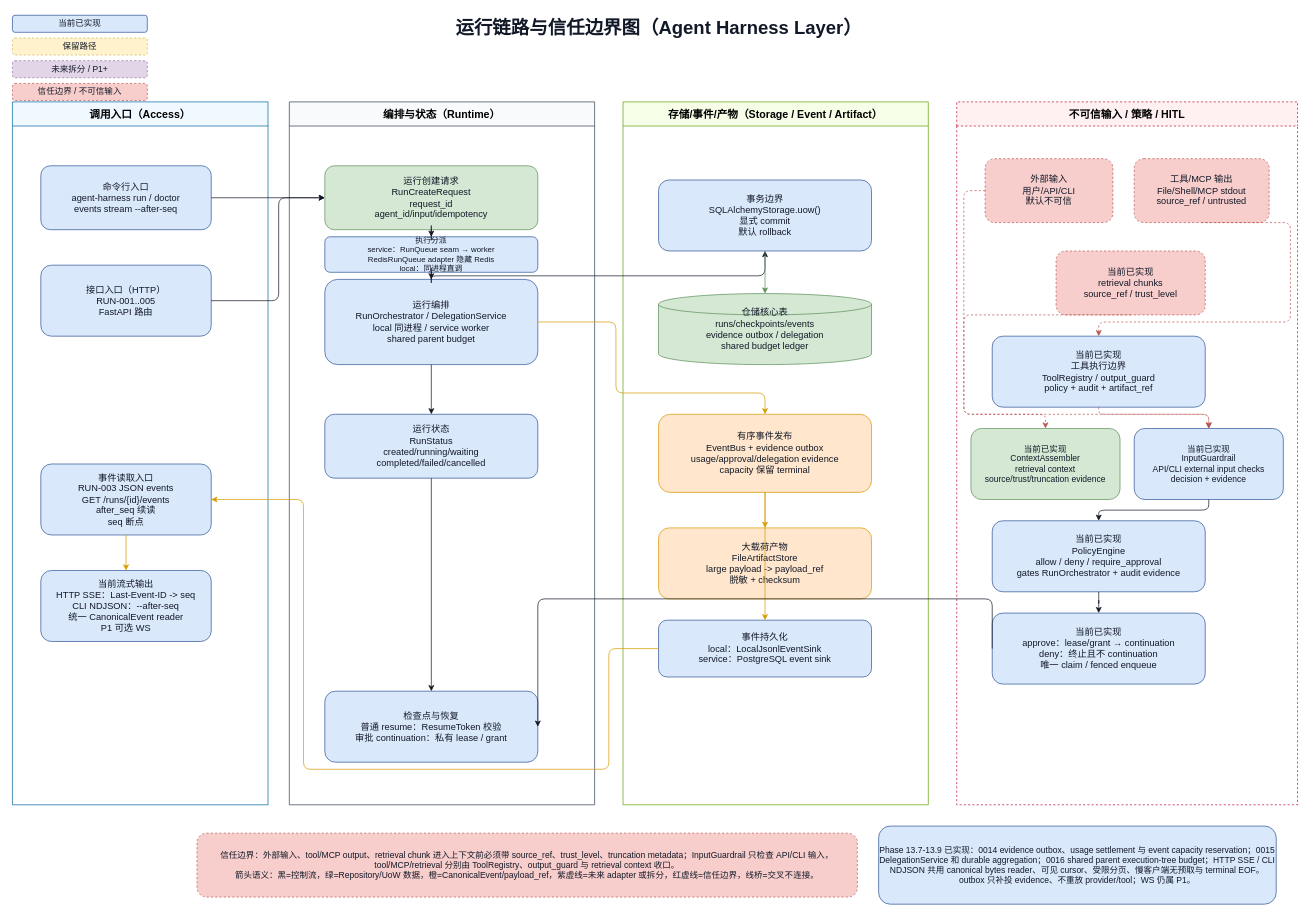
Above: docs/architecture/agent-harness-runtime-trust-boundaries.drawio in wdmcheng/agent-harness-layer (draw.io), before the change. Source tidied: cells renumbered, new cells numbered last; positions are measured from the earlier drawing's top-left corner, leaving out a move shared by most shapes. Both pictures are drawn from the tidied source at 71%, with x=0, y=0 at pixel (12, 12).
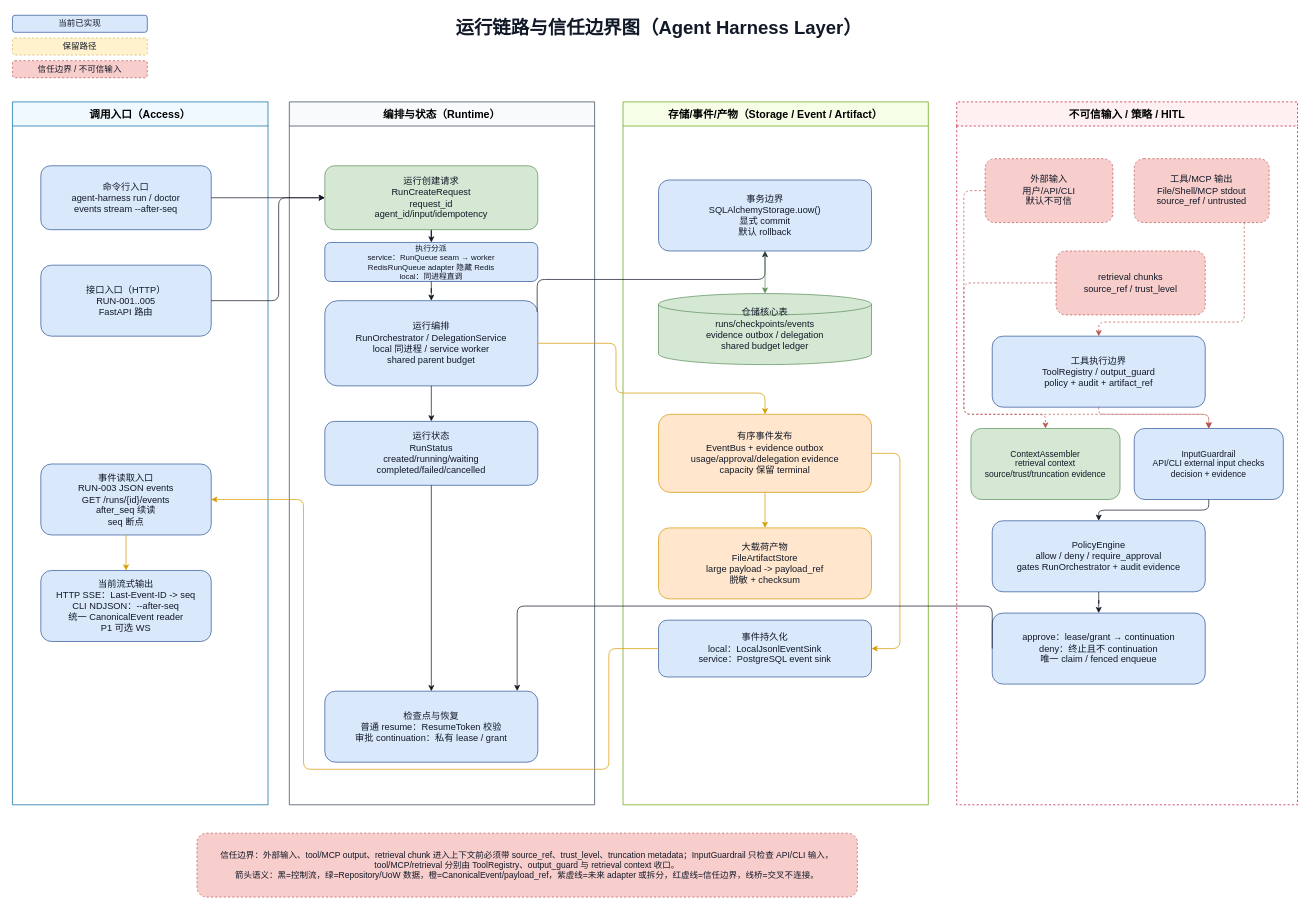
The same page after the edit.

Unchanged cells that the change refers to:
```xml
<mxCell id="21" value="检查点与恢复&#10;普通 resume：ResumeToken 校验&#10;审批 continuation：私有 lease / grant" style="rounded=1;whiteSpace=wrap;html=1;fillColor=#dae8fc;strokeColor=#2f5597;fontColor=#111827;fontSize=13;" parent="8" vertex="1">
  <mxGeometry x="50" y="830" width="300" height="100" as="geometry" />
</mxCell>
<mxCell id="22" value="事务边界&#10;SQLAlchemyStorage.uow()&#10;显式 commit&#10;默认 rollback" style="rounded=1;whiteSpace=wrap;html=1;fillColor=#dae8fc;strokeColor=#2f5597;fontColor=#111827;fontSize=13;" parent="9" vertex="1">
  <mxGeometry x="50" y="110" width="300" height="100" as="geometry" />
</mxCell>
<mxCell id="24" value="有序事件发布&#10;EventBus + evidence outbox&#10;usage/approval/delegation evidence&#10;capacity 保留 terminal" style="rounded=1;whiteSpace=wrap;html=1;fillColor=#ffe6cc;strokeColor=#d79b00;fontColor=#111827;fontSize=13;" parent="9" vertex="1">
  <mxGeometry x="50" y="440" width="300" height="110" as="geometry" />
</mxCell>
<mxCell id="26" value="事件持久化&#10;local：LocalJsonlEventSink&#10;service：PostgreSQL event sink" style="rounded=1;whiteSpace=wrap;html=1;fillColor=#dae8fc;strokeColor=#2f5597;fontColor=#111827;fontSize=13;" parent="9" vertex="1">
  <mxGeometry x="50" y="730" width="300" height="80" as="geometry" />
</mxCell>
<mxCell id="28" value="工具/MCP 输出&#10;File/Shell/MCP stdout&#10;source_ref / untrusted" style="rounded=1;whiteSpace=wrap;html=1;fillColor=#f8cecc;strokeColor=#b85450;fontColor=#111827;fontSize=13;dashed=1;" parent="10" vertex="1">
  <mxGeometry x="250" y="80" width="190" height="90" as="geometry" />
</mxCell>
```

The edit, as a diff of the source:
```diff
@@
-    <mxCell id="5" value="未来拆分 / P1+" style="rounded=1;whiteSpace=wrap;html=1;fillColor=#e1d5e7;strokeColor=#9673a6;fontColor=#111827;fontSize=12;dashed=1;" parent="1" vertex="1">
-      <mxGeometry y="68" width="190" height="24" as="geometry" />
-    </mxCell>
     <mxCell id="6" value="信任边界 / 不可信输入" style="rounded=1;whiteSpace=wrap;html=1;fillColor=#f8cecc;strokeColor=#b85450;fontColor=#111827;fontSize=12;dashed=1;" parent="1" vertex="1">
-      <mxGeometry y="100" width="190" height="24" as="geometry" />
+      <mxGeometry y="68" width="190" height="24" as="geometry" />
     </mxCell>
@@
-    <mxCell id="8" value="编排与状态（Runtime）" style="swimlane;startSize=34;html=1;whiteSpace=wrap;rounded=0;fontSize=15;fontStyle=1;fillColor=#f8fafc;strokeColor=#334155;" parent="1" vertex="1">
-      <mxGeometry x="390" y="126" width="430" height="990" as="geometry" />
-    </mxCell>
-    <mxCell id="9" value="存储/事件/产物（Storage / Event / Artifact）" style="swimlane;startSize=34;html=1;whiteSpace=wrap;rounded=0;fontSize=15;fontStyle=1;fillColor=#f7fee7;strokeColor=#65a30d;" parent="1" vertex="1">
-      <mxGeometry x="860" y="126" width="430" height="990" as="geometry" />
-    </mxCell>
-    <mxCell id="10" value="不可信输入 / 策略 / HITL" style="swimlane;startSize=34;html=1;whiteSpace=wrap;rounded=0;fontSize=15;fontStyle=1;fillColor=#fff1f2;strokeColor=#be123c;dashed=1;" parent="1" vertex="1">
-      <mxGeometry x="1330" y="126" width="480" height="990" as="geometry" />
-    </mxCell>
-    <mxCell id="11" value="信任边界：外部输入、tool/MCP output、retrieval chunk 进入上下文前必须带 source_ref、trust_level、truncation metadata；InputGuardrail 只检查 API/CLI 输入，tool/MCP/retrieval 分别由 ToolRegistry、output_guard 与 retrieval context 收口。&#10;箭头语义：黑=控制流，绿=Repository/UoW 数据，橙=CanonicalEvent/payload_ref，紫虚线=未来 adapter 或拆分，红虚线=信任边界，线桥=交叉不连接。" style="rounded=1;whiteSpace=wrap;html=1;fillColor=#f8cecc;strokeColor=#b85450;fontColor=#111827;fontSize=12;dashed=1;" parent="1" vertex="1">
-      <mxGeometry x="260" y="1156" width="930" height="90" as="geometry" />
-    </mxCell>
-    <mxCell id="12" value="Phase 13.7-13.9 已实现：0014 evidence outbox、usage settlement 与 event capacity reservation；0015 DelegationService 和 durable aggregation；0016 shared parent execution-tree budget；HTTP SSE / CLI NDJSON 共用 canonical bytes reader、可见 cursor、受限分页、慢客户端无预取与 terminal EOF。outbox 只补投 evidence、不重放 provider/tool；WS 仍属 P1。" style="rounded=1;whiteSpace=wrap;html=1;fillColor=#dae8fc;strokeColor=#2f5597;fontColor=#111827;fontSize=12;" parent="1" vertex="1">
-      <mxGeometry x="1220" y="1146" width="560" height="110" as="geometry" />
-    </mxCell>
@@
+    <mxCell id="8" value="编排与状态（Runtime）" style="swimlane;startSize=34;html=1;whiteSpace=wrap;rounded=0;fontSize=15;fontStyle=1;fillColor=#f8fafc;strokeColor=#334155;" parent="1" vertex="1">
+      <mxGeometry x="390" y="126" width="430" height="990" as="geometry" />
+    </mxCell>
@@
     <mxCell id="18" value="执行分派&#10;service：RunQueue seam → worker&#10;RedisRunQueue adapter 隐藏 Redis&#10;local：同进程直调" style="rounded=1;whiteSpace=wrap;html=1;fillColor=#dae8fc;strokeColor=#2f5597;fontColor=#111827;fontSize=11;" parent="8" vertex="1">
-      <mxGeometry x="50" y="190" width="300" height="50" as="geometry" />
+      <mxGeometry x="50" y="198" width="300" height="55" as="geometry" />
     </mxCell>
     <mxCell id="19" value="运行编排&#10;RunOrchestrator / DelegationService&#10;local 同进程 / service worker&#10;shared parent budget" style="rounded=1;whiteSpace=wrap;html=1;fillColor=#dae8fc;strokeColor=#2f5597;fontColor=#111827;fontSize=13;" parent="8" vertex="1">
-      <mxGeometry x="50" y="250" width="300" height="120" as="geometry" />
+      <mxGeometry x="50" y="280" width="300" height="120" as="geometry" />
     </mxCell>
     <mxCell id="20" value="运行状态&#10;RunStatus&#10;created/running/waiting&#10;completed/failed/cancelled" style="rounded=1;whiteSpace=wrap;html=1;fillColor=#dae8fc;strokeColor=#2f5597;fontColor=#111827;fontSize=13;" parent="8" vertex="1">
-      <mxGeometry x="50" y="440" width="300" height="90" as="geometry" />
+      <mxGeometry x="50" y="450" width="300" height="90" as="geometry" />
     </mxCell>
@@
+    <mxCell id="9" value="存储/事件/产物（Storage / Event / Artifact）" style="swimlane;startSize=34;html=1;whiteSpace=wrap;rounded=0;fontSize=15;fontStyle=1;fillColor=#f7fee7;strokeColor=#65a30d;" parent="1" vertex="1">
+      <mxGeometry x="860" y="126" width="430" height="990" as="geometry" />
+    </mxCell>
@@
+    <mxCell id="10" value="不可信输入 / 策略 / HITL" style="swimlane;startSize=34;html=1;whiteSpace=wrap;rounded=0;fontSize=15;fontStyle=1;fillColor=#fff1f2;strokeColor=#be123c;dashed=1;" parent="1" vertex="1">
+      <mxGeometry x="1330" y="126" width="480" height="990" as="geometry" />
+    </mxCell>
@@
-    <mxCell id="29" value="当前已实现&#10;retrieval chunks&#10;source_ref / trust_level" style="rounded=1;whiteSpace=wrap;html=1;fillColor=#f8cecc;strokeColor=#b85450;fontColor=#111827;fontSize=13;dashed=1;" parent="10" vertex="1">
+    <mxCell id="29" value="retrieval chunks&lt;br&gt;source_ref / trust_level" style="rounded=1;whiteSpace=wrap;html=1;fillColor=#f8cecc;strokeColor=#b85450;fontColor=#111827;fontSize=13;dashed=1;" parent="10" vertex="1">
       <mxGeometry x="140" y="210" width="210" height="90" as="geometry" />
     </mxCell>
-    <mxCell id="30" value="当前已实现&#10;ContextAssembler&#10;retrieval context&#10;source/trust/truncation evidence" style="rounded=1;whiteSpace=wrap;html=1;fillColor=#d5e8d4;strokeColor=#5b8f5a;fontColor=#111827;fontSize=12;" parent="10" vertex="1">
+    <mxCell id="30" value="ContextAssembler&lt;br&gt;retrieval context&lt;br&gt;source/trust/truncation evidence" style="rounded=1;whiteSpace=wrap;html=1;fillColor=#d5e8d4;strokeColor=#5b8f5a;fontColor=#111827;fontSize=12;" parent="10" vertex="1">
       <mxGeometry x="20" y="460" width="210" height="100" as="geometry" />
     </mxCell>
-    <mxCell id="31" value="当前已实现&#10;InputGuardrail&#10;API/CLI external input checks&#10;decision + evidence" style="rounded=1;whiteSpace=wrap;html=1;fillColor=#dae8fc;strokeColor=#2f5597;fontColor=#111827;fontSize=12;" parent="10" vertex="1">
+    <mxCell id="31" value="InputGuardrail&lt;br&gt;API/CLI external input checks&lt;br&gt;decision + evidence" style="rounded=1;whiteSpace=wrap;html=1;fillColor=#dae8fc;strokeColor=#2f5597;fontColor=#111827;fontSize=12;" parent="10" vertex="1">
       <mxGeometry x="250" y="460" width="210" height="100" as="geometry" />
     </mxCell>
-    <mxCell id="32" value="当前已实现&#10;PolicyEngine&#10;allow / deny / require_approval&#10;gates RunOrchestrator + audit evidence" style="rounded=1;whiteSpace=wrap;html=1;fillColor=#dae8fc;strokeColor=#2f5597;fontColor=#111827;fontSize=13;" parent="10" vertex="1">
+    <mxCell id="32" value="PolicyEngine&lt;br&gt;allow / deny / require_approval&lt;br&gt;gates RunOrchestrator + audit evidence" style="rounded=1;whiteSpace=wrap;html=1;fillColor=#dae8fc;strokeColor=#2f5597;fontColor=#111827;fontSize=13;" parent="10" vertex="1">
       <mxGeometry x="50" y="590" width="300" height="100" as="geometry" />
     </mxCell>
-    <mxCell id="33" value="当前已实现&#10;approve：lease/grant → continuation&#10;deny：终止且不 continuation&#10;唯一 claim / fenced enqueue" style="rounded=1;whiteSpace=wrap;html=1;fillColor=#dae8fc;strokeColor=#2f5597;fontColor=#111827;fontSize=13;" parent="10" vertex="1">
+    <mxCell id="33" value="approve：lease/grant → continuation&lt;br&gt;deny：终止且不 continuation&lt;br&gt;唯一 claim / fenced enqueue" style="rounded=1;whiteSpace=wrap;html=1;fillColor=#dae8fc;strokeColor=#2f5597;fontColor=#111827;fontSize=13;" parent="10" vertex="1">
       <mxGeometry x="50" y="720" width="300" height="100" as="geometry" />
     </mxCell>
+    <mxCell id="53" value="工具执行边界&lt;br&gt;ToolRegistry / output_guard&lt;br&gt;policy + audit + artifact_ref" style="rounded=1;whiteSpace=wrap;html=1;fontColor=#111827;fontSize=13;fillColor=#dae8fc;strokeColor=#2f5597;" parent="10" vertex="1">
+      <mxGeometry x="50" y="330" width="300" height="100" as="geometry" />
+    </mxCell>
+    <mxCell id="11" value="信任边界：外部输入、tool/MCP output、retrieval chunk 进入上下文前必须带 source_ref、trust_level、truncation metadata；InputGuardrail 只检查 API/CLI 输入，tool/MCP/retrieval 分别由 ToolRegistry、output_guard 与 retrieval context 收口。&#10;箭头语义：黑=控制流，绿=Repository/UoW 数据，橙=CanonicalEvent/payload_ref，紫虚线=未来 adapter 或拆分，红虚线=信任边界，线桥=交叉不连接。" style="rounded=1;whiteSpace=wrap;html=1;fillColor=#f8cecc;strokeColor=#b85450;fontColor=#111827;fontSize=12;dashed=1;" parent="1" vertex="1">
+      <mxGeometry x="260" y="1156" width="930" height="90" as="geometry" />
+    </mxCell>
@@
-    <mxCell id="38" style="edgeStyle=orthogonalEdgeStyle;rounded=1;jettySize=auto;html=1;fontSize=11;labelBackgroundColor=#ffffff;strokeColor=#111827;exitX=0.5;exitY=0;exitDx=0;exitDy=0;entryX=0.5;entryY=1;entryDx=0;entryDy=0;" parent="1" edge="1" source="19" target="22">
+    <mxCell id="38" style="edgeStyle=orthogonalEdgeStyle;rounded=1;jettySize=auto;html=1;fontSize=11;labelBackgroundColor=#ffffff;strokeColor=#111827;exitX=0.997;exitY=0.131;exitDx=0;exitDy=0;entryX=0.5;entryY=1;entryDx=0;entryDy=0;exitPerimeter=0;" parent="1" edge="1" source="19" target="22">
       <mxGeometry relative="1" as="geometry">
         <Array as="points">
-          <mxPoint x="590" y="371" />
-          <mxPoint x="1060" y="371" />
+          <mxPoint x="739.1" y="376.1" />
+          <mxPoint x="1060.1" y="376.1" />
         </Array>
       </mxGeometry>
     </mxCell>
@@
     <mxCell id="40" style="edgeStyle=orthogonalEdgeStyle;rounded=1;jettySize=auto;html=1;fontSize=11;labelBackgroundColor=#ffffff;strokeColor=#d79b00;exitX=1;exitY=0.5;exitDx=0;exitDy=0;entryX=0.5;entryY=0;entryDx=0;entryDy=0;" parent="1" edge="1" source="19" target="24">
       <mxGeometry relative="1" as="geometry">
         <Array as="points">
-          <mxPoint x="850" y="436" />
-          <mxPoint x="850" y="536" />
-          <mxPoint x="1060" y="536" />
+          <mxPoint x="850.1" y="466.1" />
+          <mxPoint x="850.1" y="536.1" />
+          <mxPoint x="1060.1" y="536.1" />
         </Array>
       </mxGeometry>
     </mxCell>
@@
     <mxCell id="42" style="edgeStyle=orthogonalEdgeStyle;rounded=1;jettySize=auto;html=1;fontSize=11;labelBackgroundColor=#ffffff;strokeColor=#d79b00;" parent="1" edge="1" source="24" target="26">
-      <mxGeometry relative="1" as="geometry" />
+      <mxGeometry relative="1" as="geometry">
+        <Array as="points">
+          <mxPoint x="1250" y="621" />
+          <mxPoint x="1250" y="896" />
+        </Array>
+      </mxGeometry>
     </mxCell>
@@
-    <mxCell id="48" style="edgeStyle=orthogonalEdgeStyle;rounded=1;jettySize=auto;html=1;fontSize=11;labelBackgroundColor=#ffffff;strokeColor=#b85450;dashed=1;exitX=0.5;exitY=1;exitDx=0;exitDy=0;entryX=0.5;entryY=0;entryDx=0;entryDy=0;" parent="1" edge="1" source="28" target="53">
+    <mxCell id="48" style="edgeStyle=orthogonalEdgeStyle;rounded=1;jettySize=auto;html=1;fontSize=11;labelBackgroundColor=#ffffff;strokeColor=#b85450;dashed=1;exitX=0.816;exitY=0.996;exitDx=0;exitDy=0;entryX=0.5;entryY=0;entryDx=0;entryDy=0;exitPerimeter=0;" parent="1" edge="1" source="28" target="53">
       <mxGeometry relative="1" as="geometry">
         <Array as="points">
-          <mxPoint x="1800" y="296" />
-          <mxPoint x="1800" y="436" />
-          <mxPoint x="1530" y="436" />
+          <mxPoint x="1735" y="436.1" />
+          <mxPoint x="1530.1" y="436.1" />
         </Array>
       </mxGeometry>
     </mxCell>
-    <mxCell id="49" style="edgeStyle=orthogonalEdgeStyle;rounded=1;jettySize=auto;html=1;fontSize=11;labelBackgroundColor=#ffffff;strokeColor=#b85450;dashed=1;exitX=0.5;exitY=1;exitDx=0;exitDy=0;entryX=0.5;entryY=0;entryDx=0;entryDy=0;" parent="1" edge="1" source="29" target="30">
+    <mxCell id="49" style="edgeStyle=orthogonalEdgeStyle;rounded=1;jettySize=auto;html=1;fontSize=11;labelBackgroundColor=#ffffff;strokeColor=#b85450;dashed=1;exitX=0;exitY=0.5;exitDx=0;exitDy=0;entryX=0.5;entryY=0;entryDx=0;entryDy=0;" parent="1" edge="1" source="29" target="30">
       <mxGeometry relative="1" as="geometry">
         <Array as="points">
-          <mxPoint x="1340" y="426" />
-          <mxPoint x="1340" y="566" />
-          <mxPoint x="1455" y="566" />
+          <mxPoint x="1340.1" y="381" />
+          <mxPoint x="1340.1" y="566.1" />
+          <mxPoint x="1455" y="566.1" />
         </Array>
       </mxGeometry>
     </mxCell>
@@
-    <mxCell id="52" style="edgeStyle=orthogonalEdgeStyle;rounded=1;jettySize=auto;html=1;fontSize=11;labelBackgroundColor=#ffffff;strokeColor=#111827;exitX=0;exitY=0.5;exitDx=0;exitDy=0;entryX=1;entryY=0.5;entryDx=0;entryDy=0;" parent="1" edge="1" source="33" target="21">
+    <mxCell id="52" style="edgeStyle=orthogonalEdgeStyle;rounded=1;jettySize=auto;html=1;fontSize=11;labelBackgroundColor=#ffffff;strokeColor=#111827;exitX=0;exitY=0.5;exitDx=0;exitDy=0;entryX=0.903;entryY=-0.003;entryDx=0;entryDy=0;entryPerimeter=0;" parent="1" edge="1" source="33" target="21">
       <mxGeometry relative="1" as="geometry">
         <Array as="points">
-          <mxPoint x="1310" y="826" />
-          <mxPoint x="760" y="826" />
+          <mxPoint x="1380.1" y="836.1" />
+          <mxPoint x="710.9" y="836.1" />
         </Array>
       </mxGeometry>
     </mxCell>
-    <mxCell id="53" value="当前已实现&#10;工具执行边界&#10;ToolRegistry / output_guard&#10;policy + audit + artifact_ref" style="rounded=1;whiteSpace=wrap;html=1;fontColor=#111827;fontSize=13;fillColor=#dae8fc;strokeColor=#2f5597;" parent="10" vertex="1">
-      <mxGeometry x="50" y="330" width="300" height="100" as="geometry" />
-    </mxCell>
```
